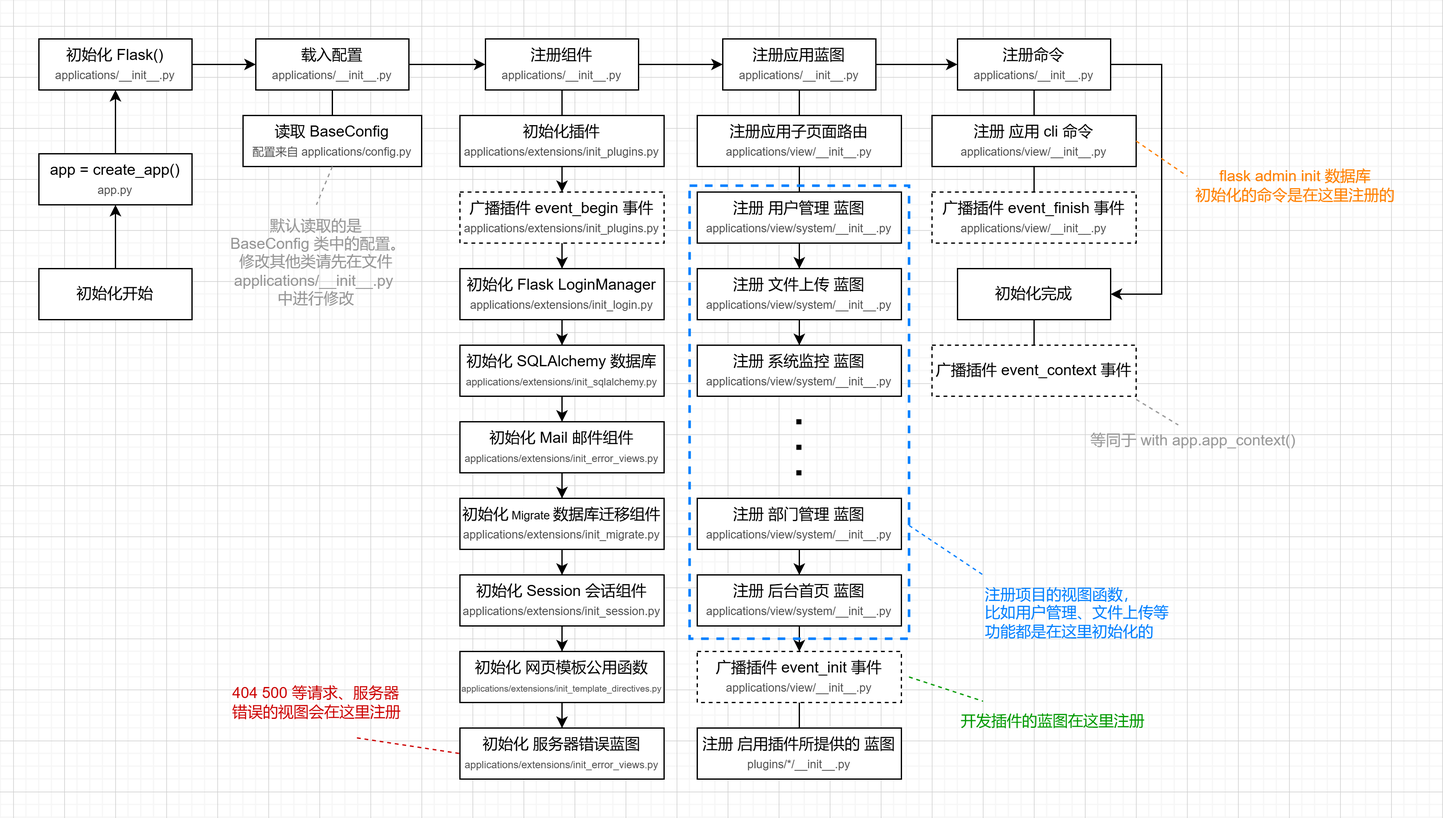
lehui418/pear-admin-flask keeps this draw.io diagram as docs/source/_static/Pear Admin Flask 启动流程图.png. Above is the earlier version. Source tidied: cells renumbered, new cells last; positions are measured from the earlier drawing's top-left corner, leaving out a move shared by most shapes.
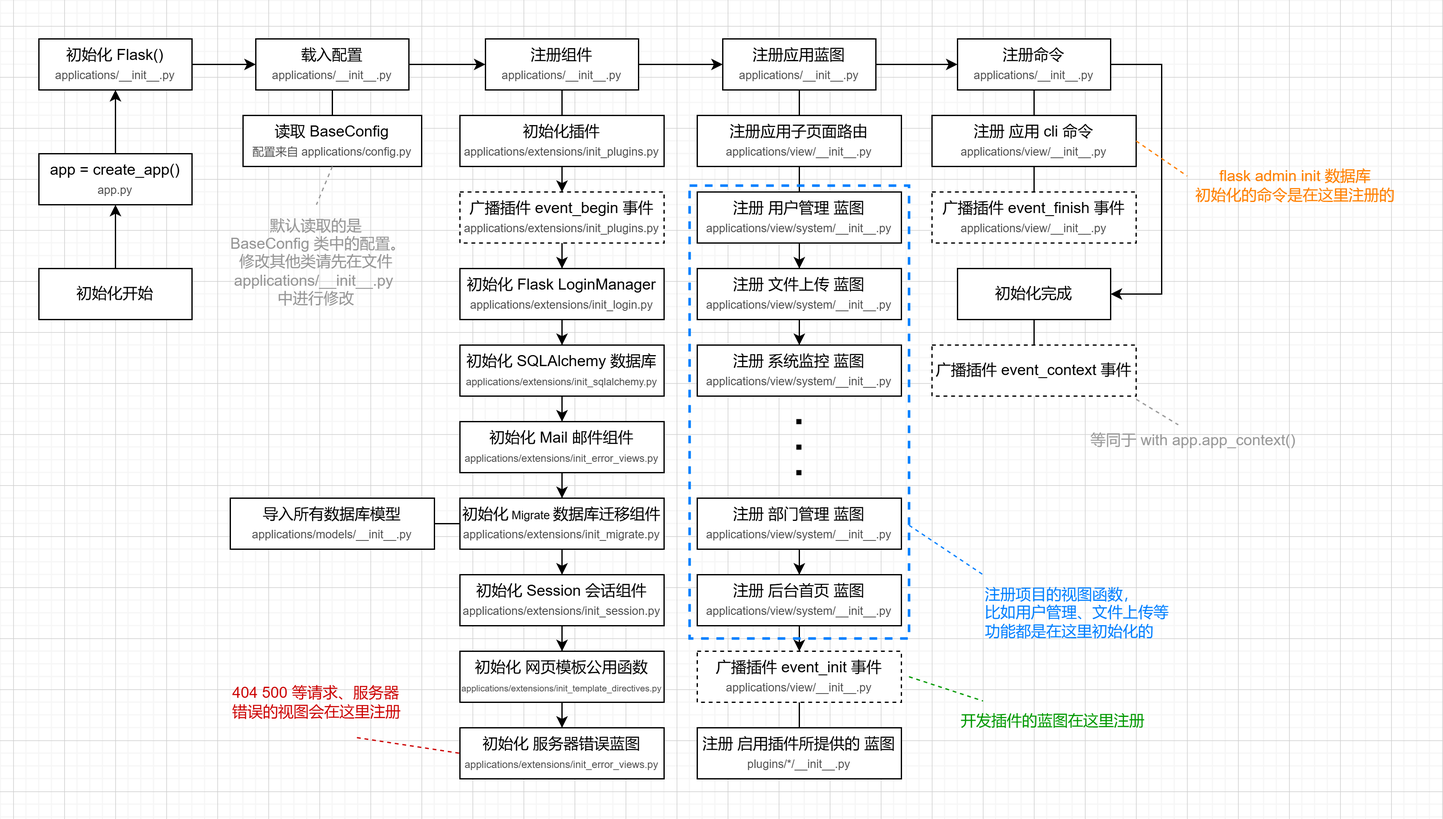
Later version of the same file.

Change to the diagram source:
```diff
@@ -100,6 +100,9 @@
     <mxCell id="32" style="edgeStyle=orthogonalEdgeStyle;rounded=0;jettySize=auto;html=1;" parent="1" edge="1" source="33" target="35">
       <mxGeometry relative="1" as="geometry" />
     </mxCell>
+    <mxCell id="72" style="edgeStyle=orthogonalEdgeStyle;rounded=0;jettySize=auto;html=1;endArrow=none;endFill=0;" parent="1" edge="1" source="33" target="73">
+      <mxGeometry relative="1" as="geometry" />
+    </mxCell>
     <mxCell id="33" value="&lt;div&gt;初始化&lt;font style=&quot;font-size: 9px;&quot;&gt; Migrate &lt;/font&gt;数据库迁移组件&lt;/div&gt;&lt;div&gt;&lt;font style=&quot;color: rgb(77, 77, 77); font-size: 9px;&quot;&gt;applications/extensions/init_migrate.py&lt;/font&gt;&lt;/div&gt;" style="rounded=0;whiteSpace=wrap;html=1;align=center;" parent="1" vertex="1">
       <mxGeometry x="330" y="360" width="160" height="40" as="geometry" />
     </mxCell>
@@ -230,5 +233,8 @@
     <mxCell id="71" style="endArrow=none;html=1;rounded=0;dashed=1;endFill=0;strokeColor=#CC0000;exitX=0.709;exitY=0.962;exitDx=0;exitDy=0;entryX=0;entryY=0.5;entryDx=0;entryDy=0;exitPerimeter=0;" parent="1" edge="1" source="70" target="29">
       <mxGeometry relative="1" as="geometry" />
     </mxCell>
+    <mxCell id="73" value="导入所有数据库模型&lt;div&gt;&lt;span style=&quot;color: rgb(77, 77, 77); font-size: 9px;&quot;&gt;applications/models/__init__.py&lt;/span&gt;&lt;/div&gt;" style="rounded=0;whiteSpace=wrap;html=1;align=center;" parent="1" vertex="1">
+      <mxGeometry x="150" y="360" width="160" height="40" as="geometry" />
+    </mxCell>
   </root>
 </mxGraphModel>
```
